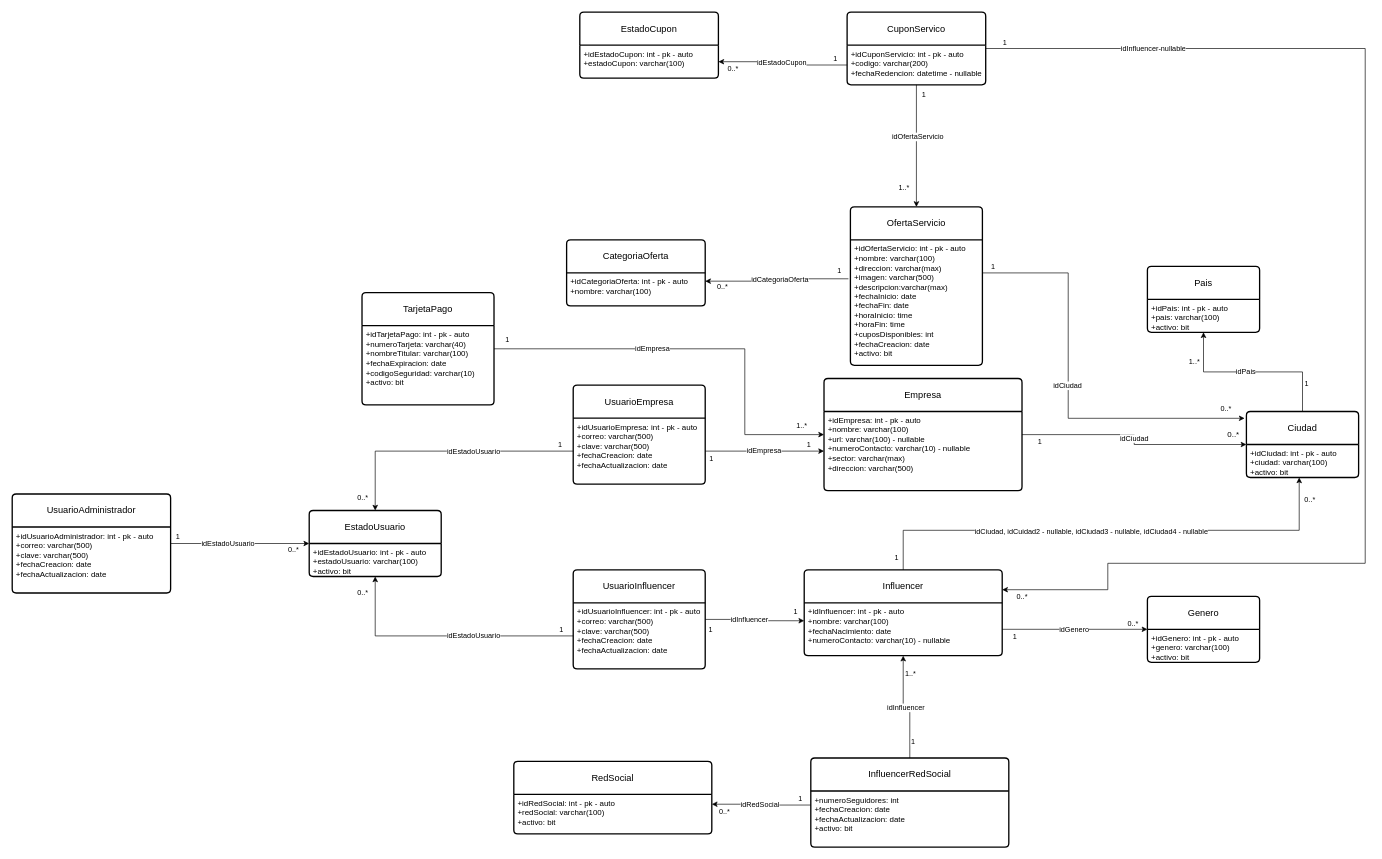
This is page "Modelo Relacional" (2 of 3) of Arquitectura de software.drawio from felipeuniandinos/clubinflu, a draw.io file, before an edit. Source tidied: cells renumbered, new cells numbered last; positions are measured from the earlier drawing's top-left corner, leaving out a move shared by most shapes. Both pictures are drawn from the tidied source at 66%, with x=0, y=0 at pixel (12, 12).
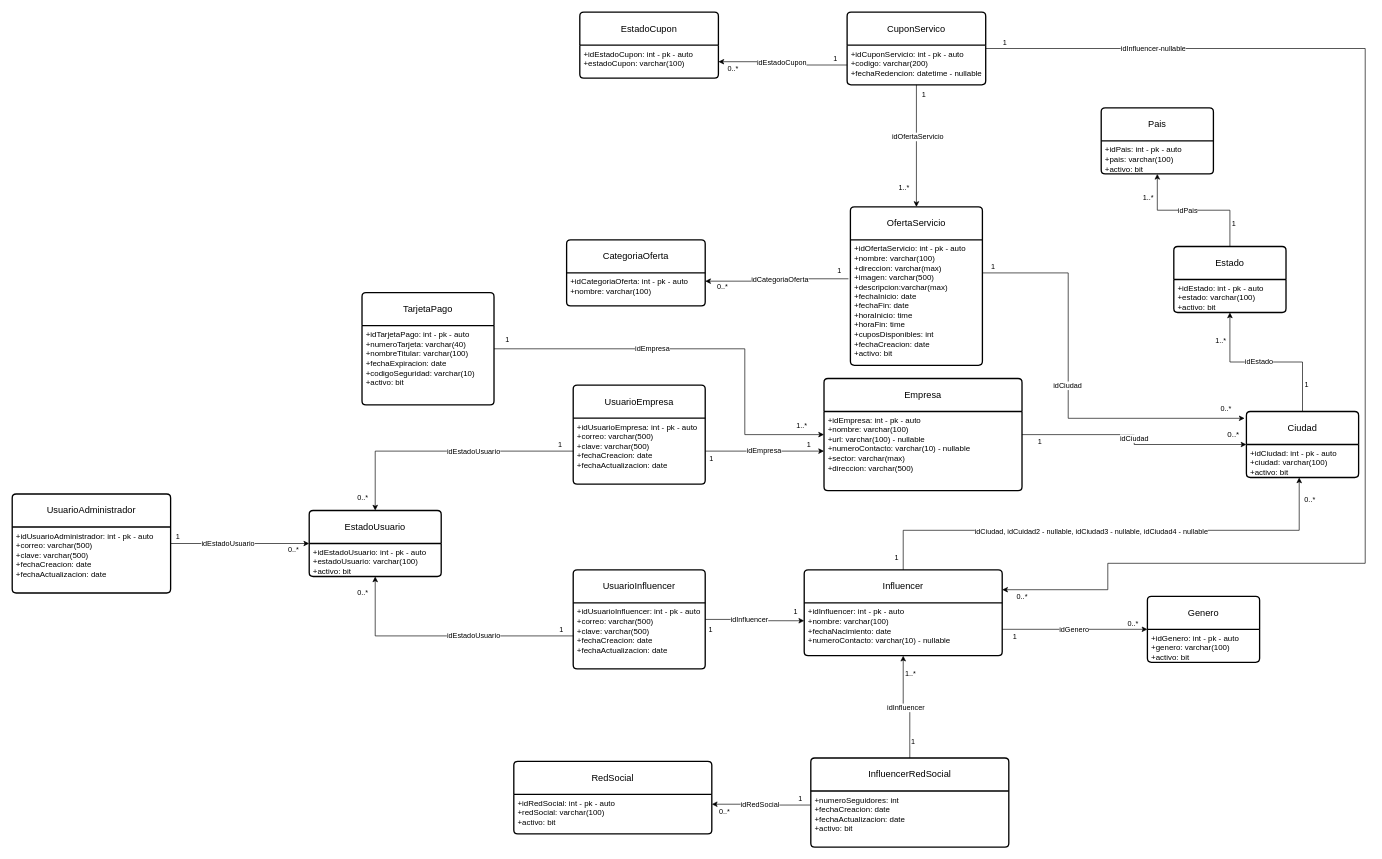
The same page after the edit.

Unchanged cells that the change refers to:
```xml
<mxCell id="11" value="Ciudad" style="swimlane;horizontal=1;startSize=50;rounded=1;fontSize=14;fontStyle=0;strokeWidth=2;shadow=0;dashed=0;align=center;arcSize=4;whiteSpace=wrap;html=1;" parent="1" vertex="1">
  <mxGeometry x="1870" y="605" width="170" height="100" as="geometry" />
</mxCell>
<mxCell id="39" value="+idPais: int - pk - auto&lt;br&gt;+pais: varchar(100)&lt;br&gt;&lt;div&gt;+activo: bit&lt;br&gt;&lt;div&gt;&lt;br&gt;&lt;/div&gt;&lt;/div&gt;" style="align=left;strokeColor=none;fillColor=none;spacingLeft=4;fontSize=12;verticalAlign=top;html=1;" parent="38" vertex="1">
  <mxGeometry y="50" width="170" height="50" as="geometry" />
</mxCell>
```

What changed in the source:
```diff
@@
-    <mxCell id="7" style="edgeStyle=orthogonalEdgeStyle;rounded=0;jettySize=auto;html=1;entryX=0.5;entryY=1;entryDx=0;entryDy=0;" parent="1" edge="1" source="11" target="39">
+    <mxCell id="7" style="edgeStyle=orthogonalEdgeStyle;rounded=0;jettySize=auto;html=1;entryX=0.5;entryY=1;entryDx=0;entryDy=0;exitX=0.5;exitY=0;exitDx=0;exitDy=0;" parent="1" edge="1" source="102" target="39">
       <mxGeometry relative="1" as="geometry" />
     </mxCell>
@@
     <mxCell id="38" value="Pais" style="swimlane;horizontal=1;startSize=50;rounded=1;fontSize=14;fontStyle=0;strokeWidth=2;shadow=0;dashed=0;align=center;arcSize=4;whiteSpace=wrap;html=1;" parent="1" vertex="1">
-      <mxGeometry x="1720" y="385" width="170" height="100" as="geometry" />
+      <mxGeometry x="1650" y="145" width="170" height="100" as="geometry" />
     </mxCell>
@@
+    <mxCell id="102" value="Estado" style="swimlane;horizontal=1;startSize=50;rounded=1;fontSize=14;fontStyle=0;strokeWidth=2;shadow=0;dashed=0;align=center;arcSize=4;whiteSpace=wrap;html=1;" parent="1" vertex="1">
+      <mxGeometry x="1760" y="355" width="170" height="100" as="geometry" />
+    </mxCell>
+    <mxCell id="103" value="+idEstado: int - pk - auto&lt;br&gt;+estado: varchar(100)&lt;br&gt;&lt;div&gt;+activo: bit&lt;br&gt;&lt;div&gt;&lt;br&gt;&lt;/div&gt;&lt;/div&gt;" style="align=left;strokeColor=none;fillColor=none;spacingLeft=4;fontSize=12;verticalAlign=top;html=1;" parent="102" vertex="1">
+      <mxGeometry y="50" width="170" height="50" as="geometry" />
+    </mxCell>
+    <mxCell id="104" style="edgeStyle=orthogonalEdgeStyle;rounded=0;jettySize=auto;html=1;entryX=0.5;entryY=1;entryDx=0;entryDy=0;exitX=0.5;exitY=0;exitDx=0;exitDy=0;" parent="1" edge="1" source="11" target="103">
+      <mxGeometry relative="1" as="geometry" />
+    </mxCell>
+    <mxCell id="105" value="1" style="edgeLabel;html=1;align=center;verticalAlign=middle;" parent="104" vertex="1">
+      <mxGeometry x="-0.68" y="-2" relative="1" as="geometry">
+        <mxPoint x="3" as="offset" />
+      </mxGeometry>
+    </mxCell>
+    <mxCell id="106" value="idEstado" style="edgeLabel;html=1;align=center;verticalAlign=middle;" parent="104" vertex="1">
+      <mxGeometry x="0.09" y="-1" relative="1" as="geometry" />
+    </mxCell>
+    <mxCell id="107" value="1..*" style="edgeLabel;html=1;align=center;verticalAlign=middle;" parent="104" vertex="1">
+      <mxGeometry x="0.68" y="-1" relative="1" as="geometry">
+        <mxPoint x="-16" as="offset" />
+      </mxGeometry>
+    </mxCell>
```
